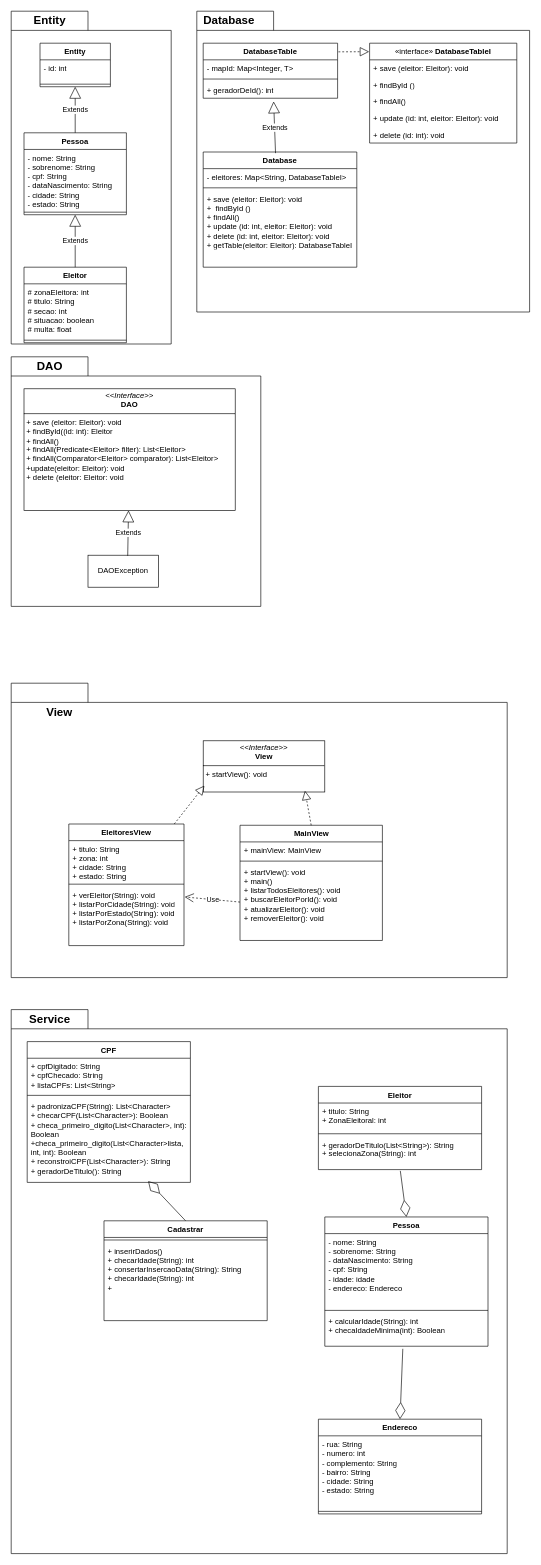
Earlier version of the draw.io diagram Diagrama sem nome.drawio (fseabra93/proj_final_LP2). Source tidied: cells renumbered, new cells numbered last; positions are measured from the earlier drawing's top-left corner, leaving out a move shared by most shapes. Both pictures are drawn from the tidied source at 64%, with x=0, y=0 at pixel (11, 11).
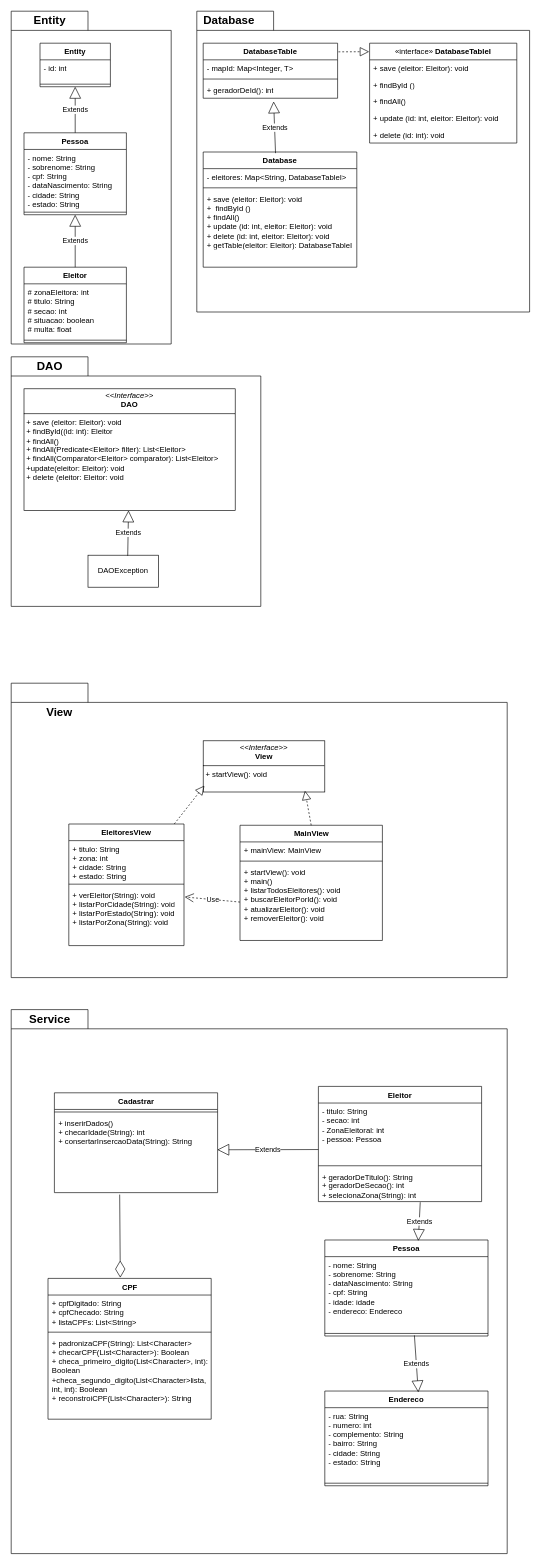
The same page after the edit.

The change refers to these unchanged cells:
```xml
<mxCell id="74" style="line;strokeWidth=1;fillColor=none;align=left;verticalAlign=middle;spacingTop=-1;spacingLeft=3;spacingRight=3;labelPosition=right;points=[];portConstraint=eastwest;strokeColor=inherit;" parent="72" vertex="1">
  <mxGeometry y="142" width="255" height="8" as="geometry" />
</mxCell>
```

What changed in the source:
```diff
@@
     <mxCell id="54" value="CPF" style="swimlane;fontStyle=1;align=center;verticalAlign=top;horizontal=1;startSize=26;whiteSpace=wrap;html=1;" parent="1" vertex="1">
-      <mxGeometry x="25" y="1610" width="255" height="220" as="geometry" />
+      <mxGeometry x="57.5" y="1980" width="255" height="220" as="geometry" />
     </mxCell>
@@
-    <mxCell id="57" value="+ padronizaCPF(String): List&amp;lt;Character&amp;gt;&lt;div&gt;+&amp;nbsp;checarCPF(List&amp;lt;Character&amp;gt;): Boolean&lt;br&gt;&lt;/div&gt;&lt;div&gt;+&amp;nbsp;checa_primeiro_digito(List&amp;lt;Character&amp;gt;, int): Boolean&lt;/div&gt;&lt;div&gt;+checa_primeiro_digito(List&amp;lt;Character&amp;gt;lista, int, int): Boolean&lt;/div&gt;&lt;div&gt;+&amp;nbsp;reconstroiCPF(List&amp;lt;Character&amp;gt;): String&lt;/div&gt;&lt;div&gt;+&amp;nbsp;geradorDeTitulo(): String&lt;/div&gt;" style="text;strokeColor=none;fillColor=none;align=left;verticalAlign=top;spacingLeft=4;spacingRight=4;overflow=hidden;points=[[0,0.5],[1,0.5]];portConstraint=eastwest;whiteSpace=wrap;html=1;" parent="54" vertex="1">
+    <mxCell id="57" value="+ padronizaCPF(String): List&amp;lt;Character&amp;gt;&lt;div&gt;+&amp;nbsp;checarCPF(List&amp;lt;Character&amp;gt;): Boolean&lt;br&gt;&lt;/div&gt;&lt;div&gt;+&amp;nbsp;checa_primeiro_digito(List&amp;lt;Character&amp;gt;, int): Boolean&lt;/div&gt;&lt;div&gt;+checa_segundo_digito(List&amp;lt;Character&amp;gt;lista, int, int): Boolean&lt;/div&gt;&lt;div&gt;+&amp;nbsp;reconstroiCPF(List&amp;lt;Character&amp;gt;): String&lt;/div&gt;&lt;div&gt;&lt;br&gt;&lt;/div&gt;" style="text;strokeColor=none;fillColor=none;align=left;verticalAlign=top;spacingLeft=4;spacingRight=4;overflow=hidden;points=[[0,0.5],[1,0.5]];portConstraint=eastwest;whiteSpace=wrap;html=1;" parent="54" vertex="1">
       <mxGeometry y="88" width="255" height="132" as="geometry" />
     </mxCell>
     <mxCell id="58" value="Eleitor" style="swimlane;fontStyle=1;align=center;verticalAlign=top;horizontal=1;startSize=26;whiteSpace=wrap;html=1;" parent="1" vertex="1">
-      <mxGeometry x="480" y="1680" width="255" height="130" as="geometry" />
+      <mxGeometry x="480" y="1680" width="255" height="180" as="geometry" />
     </mxCell>
-    <mxCell id="59" value="+ titulo: String&lt;div&gt;+ ZonaEleitoral: int&lt;br&gt;&lt;/div&gt;" style="text;strokeColor=none;fillColor=none;align=left;verticalAlign=top;spacingLeft=4;spacingRight=4;overflow=hidden;points=[[0,0.5],[1,0.5]];portConstraint=eastwest;whiteSpace=wrap;html=1;" parent="58" vertex="1">
-      <mxGeometry y="26" width="255" height="44" as="geometry" />
+    <mxCell id="59" value="- titulo: String&lt;div&gt;- secao: int&lt;div&gt;&lt;div&gt;- ZonaEleitoral: int&lt;br&gt;&lt;/div&gt;&lt;/div&gt;&lt;/div&gt;&lt;div&gt;- pessoa: Pessoa&lt;/div&gt;" style="text;strokeColor=none;fillColor=none;align=left;verticalAlign=top;spacingLeft=4;spacingRight=4;overflow=hidden;points=[[0,0.5],[1,0.5]];portConstraint=eastwest;whiteSpace=wrap;html=1;" parent="58" vertex="1">
+      <mxGeometry y="26" width="255" height="94" as="geometry" />
     </mxCell>
     <mxCell id="60" style="line;strokeWidth=1;fillColor=none;align=left;verticalAlign=middle;spacingTop=-1;spacingLeft=3;spacingRight=3;labelPosition=right;strokeColor=inherit;" parent="58" vertex="1">
-      <mxGeometry y="70" width="255" height="8" as="geometry" />
+      <mxGeometry y="120" width="255" height="8" as="geometry" />
     </mxCell>
-    <mxCell id="61" value="&lt;div&gt;+ geradorDeTitulo(List&amp;lt;String&amp;gt;): String&lt;/div&gt;&lt;div&gt;+ selecionaZona(String): int&lt;br&gt;&lt;/div&gt;" style="text;strokeColor=none;fillColor=none;align=left;verticalAlign=top;spacingLeft=4;spacingRight=4;overflow=hidden;points=[[0,0.5],[1,0.5]];portConstraint=eastwest;whiteSpace=wrap;html=1;" parent="58" vertex="1">
-      <mxGeometry y="78" width="255" height="52" as="geometry" />
+    <mxCell id="61" value="&lt;div&gt;+ geradorDeTitulo(): String&lt;/div&gt;&lt;div&gt;+&amp;nbsp;&lt;span style=&quot;background-color: initial;&quot;&gt;geradorDeSecao(): int&lt;/span&gt;&lt;/div&gt;&lt;div&gt;+ selecionaZona(String): int&lt;br&gt;&lt;/div&gt;" style="text;strokeColor=none;fillColor=none;align=left;verticalAlign=top;spacingLeft=4;spacingRight=4;overflow=hidden;points=[[0,0.5],[1,0.5]];portConstraint=eastwest;whiteSpace=wrap;html=1;" parent="58" vertex="1">
+      <mxGeometry y="128" width="255" height="52" as="geometry" />
     </mxCell>
@@
     <mxCell id="63" value="Cadastrar" style="swimlane;fontStyle=1;align=center;verticalAlign=top;horizontal=1;startSize=26;whiteSpace=wrap;html=1;" parent="1" vertex="1">
-      <mxGeometry x="145" y="1890" width="255" height="156" as="geometry" />
+      <mxGeometry x="67.5" y="1690" width="255" height="156" as="geometry" />
     </mxCell>
@@
-    <mxCell id="65" value="&lt;div&gt;+ inserirDados()&lt;/div&gt;&lt;div&gt;+ checarIdade(String): int&lt;/div&gt;&lt;div&gt;+&amp;nbsp;consertarInsercaoData(String): String&lt;/div&gt;&lt;div&gt;+ checarIdade(String): int&lt;/div&gt;&lt;div&gt;+&lt;/div&gt;" style="text;strokeColor=none;fillColor=none;align=left;verticalAlign=top;spacingLeft=4;spacingRight=4;overflow=hidden;points=[[0,0.5],[1,0.5]];portConstraint=eastwest;whiteSpace=wrap;html=1;" parent="63" vertex="1">
+    <mxCell id="65" value="&lt;div&gt;+ inserirDados()&lt;/div&gt;&lt;div&gt;+ checarIdade(String): int&lt;/div&gt;&lt;div&gt;+&amp;nbsp;consertarInsercaoData(String): String&lt;/div&gt;" style="text;strokeColor=none;fillColor=none;align=left;verticalAlign=top;spacingLeft=4;spacingRight=4;overflow=hidden;points=[[0,0.5],[1,0.5]];portConstraint=eastwest;whiteSpace=wrap;html=1;" parent="63" vertex="1">
       <mxGeometry y="34" width="255" height="122" as="geometry" />
     </mxCell>
     <mxCell id="66" value="Endereco" style="swimlane;fontStyle=1;align=center;verticalAlign=top;horizontal=1;startSize=26;whiteSpace=wrap;html=1;" parent="1" vertex="1">
-      <mxGeometry x="480" y="2200" width="255" height="148" as="geometry" />
+      <mxGeometry x="490" y="2156" width="255" height="148" as="geometry" />
     </mxCell>
@@
-    <mxCell id="69" style="endArrow=diamondThin;endFill=0;endSize=24;html=1;rounded=0;exitX=0.478;exitY=1.077;exitDx=0;exitDy=0;exitPerimeter=0;entryX=0.5;entryY=0;entryDx=0;entryDy=0;" parent="1" edge="1" source="75" target="66">
-      <mxGeometry relative="1" as="geometry" />
-    </mxCell>
-    <mxCell id="70" style="endArrow=diamondThin;endFill=0;endSize=24;html=1;rounded=0;exitX=0.502;exitY=1.038;exitDx=0;exitDy=0;exitPerimeter=0;entryX=0.5;entryY=0;entryDx=0;entryDy=0;" parent="1" edge="1" source="61" target="72">
-      <mxGeometry relative="1" as="geometry" />
-    </mxCell>
-    <mxCell id="71" style="endArrow=diamondThin;endFill=0;endSize=24;html=1;rounded=0;exitX=0.5;exitY=0;exitDx=0;exitDy=0;entryX=0.741;entryY=0.985;entryDx=0;entryDy=0;entryPerimeter=0;" parent="1" edge="1" source="63" target="57">
+    <mxCell id="71" style="endArrow=diamondThin;endFill=0;endSize=24;html=1;rounded=0;exitX=0.4;exitY=1.025;exitDx=0;exitDy=0;entryX=0.443;entryY=-0.005;entryDx=0;entryDy=0;entryPerimeter=0;exitPerimeter=0;" parent="1" edge="1" source="65" target="54">
       <mxGeometry relative="1" as="geometry" />
     </mxCell>
     <mxCell id="72" value="Pessoa" style="swimlane;fontStyle=1;align=center;verticalAlign=top;horizontal=1;startSize=26;whiteSpace=wrap;html=1;" parent="1" vertex="1">
-      <mxGeometry x="490" y="1884" width="255" height="202" as="geometry" />
+      <mxGeometry x="490" y="1920" width="255" height="150" as="geometry" />
     </mxCell>
@@
-    <mxCell id="75" value="+ calcularIdade(String): int&lt;div&gt;+ checaIdadeMinima(int): Boolean&lt;/div&gt;" style="text;strokeColor=none;fillColor=none;align=left;verticalAlign=top;spacingLeft=4;spacingRight=4;overflow=hidden;points=[[0,0.5],[1,0.5]];portConstraint=eastwest;whiteSpace=wrap;html=1;" parent="72" vertex="1">
-      <mxGeometry y="150" width="255" height="52" as="geometry" />
-    </mxCell>
+    <mxCell id="76" value="Extends" style="endArrow=block;endSize=16;endFill=0;html=1;rounded=0;entryX=0.573;entryY=0.014;entryDx=0;entryDy=0;entryPerimeter=0;exitX=0.549;exitY=0.875;exitDx=0;exitDy=0;exitPerimeter=0;" parent="1" edge="1" source="74" target="66">
+      <mxGeometry relative="1" as="geometry" />
+    </mxCell>
+    <mxCell id="70" value="Extends" style="endArrow=block;endSize=16;endFill=0;html=1;rounded=0;entryX=0.573;entryY=0.01;entryDx=0;entryDy=0;entryPerimeter=0;exitX=0.624;exitY=1.019;exitDx=0;exitDy=0;exitPerimeter=0;" parent="1" edge="1" source="61" target="72">
+      <mxGeometry relative="1" as="geometry" />
+    </mxCell>
+    <mxCell id="77" value="Extends" style="endArrow=block;endSize=16;endFill=0;html=1;rounded=0;exitX=0;exitY=0.773;exitDx=0;exitDy=0;exitPerimeter=0;entryX=0.998;entryY=0.451;entryDx=0;entryDy=0;entryPerimeter=0;" parent="1" edge="1" source="59" target="65">
+      <mxGeometry relative="1" as="geometry" />
+    </mxCell>
```
